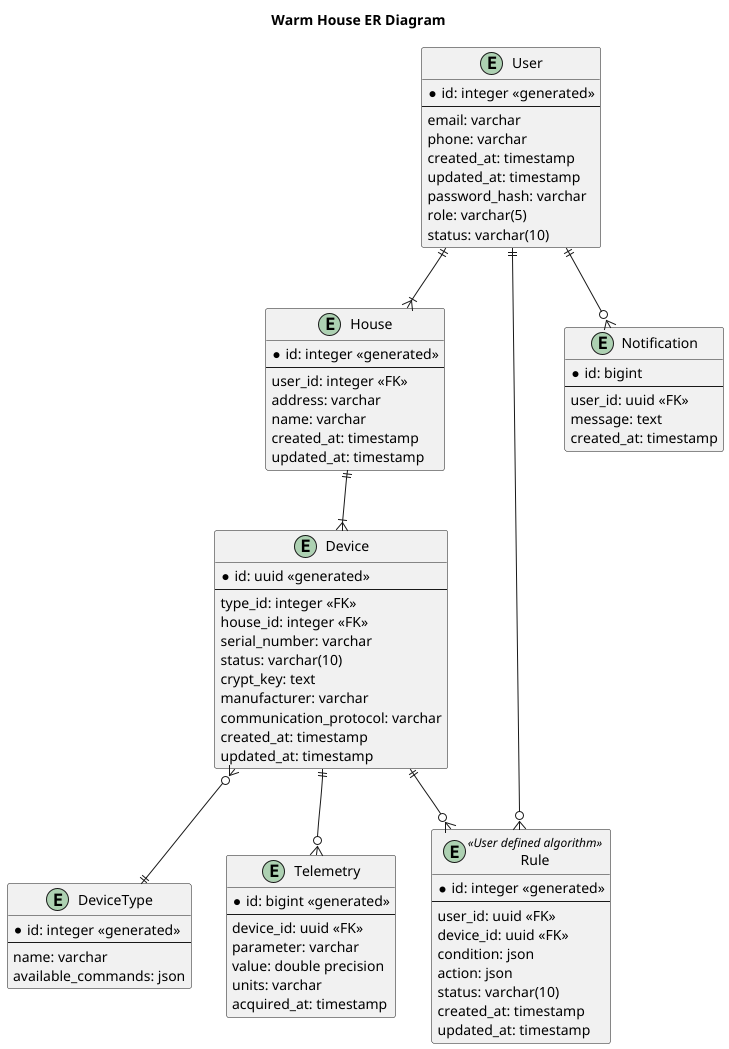
Earlier version of the PlantUML export diagrams/erd-Warm_House_ER_Diagram.png (dima9478/arcihecture-sprint-3).
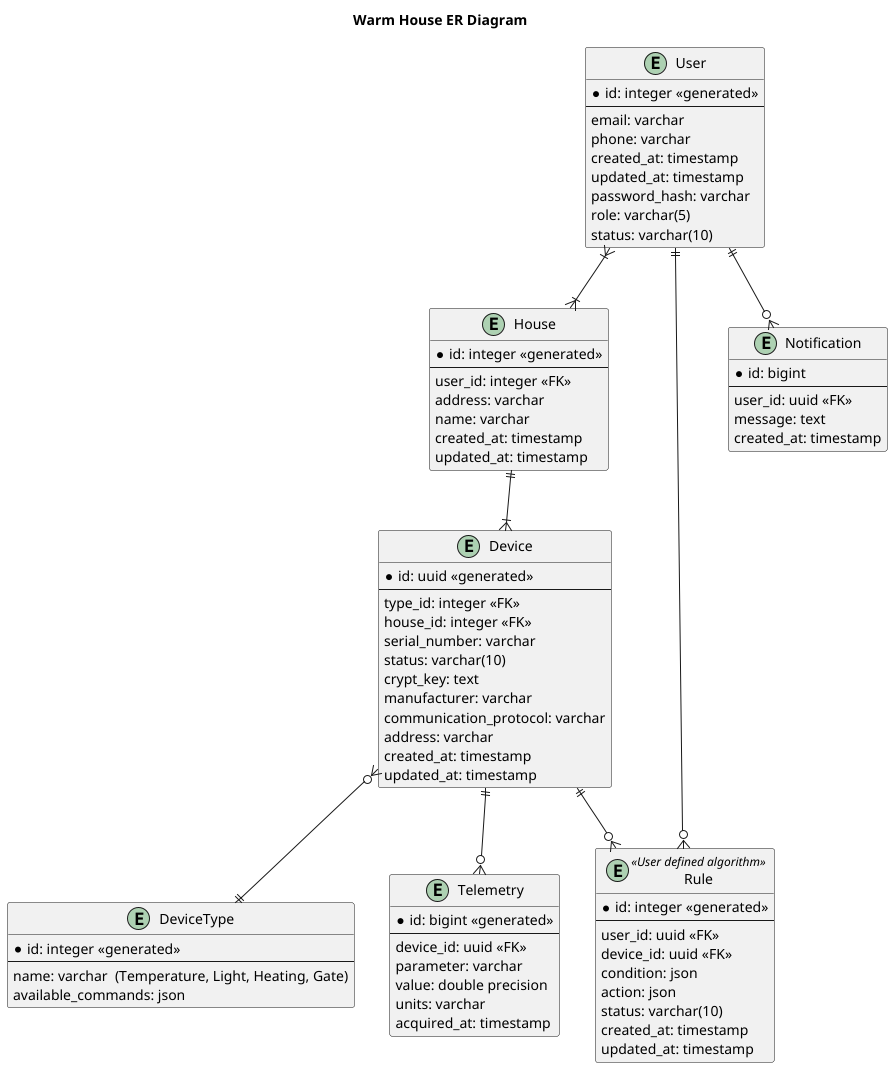
After the change.

Commit message:
Update diagrams, add domains short description

Diff of the diagram source:
```diff
@@ -33,6 +33,7 @@
     crypt_key: text
     manufacturer: varchar
     communication_protocol: varchar
+    address: varchar
     created_at: timestamp
     updated_at: timestamp
 }
@@ -40,7 +41,7 @@
 entity DeviceType {
     * id: integer <<generated>>
     --
-    name: varchar
+    name: varchar  (Temperature, Light, Heating, Gate)
     available_commands: json
 }
 
@@ -74,7 +75,7 @@
     created_at: timestamp
 }
 
-User ||--|{ House
+User }|--|{ House
 House ||--|{ Device
 Device }o--|| DeviceType
 Device ||--o{ Telemetry
```
